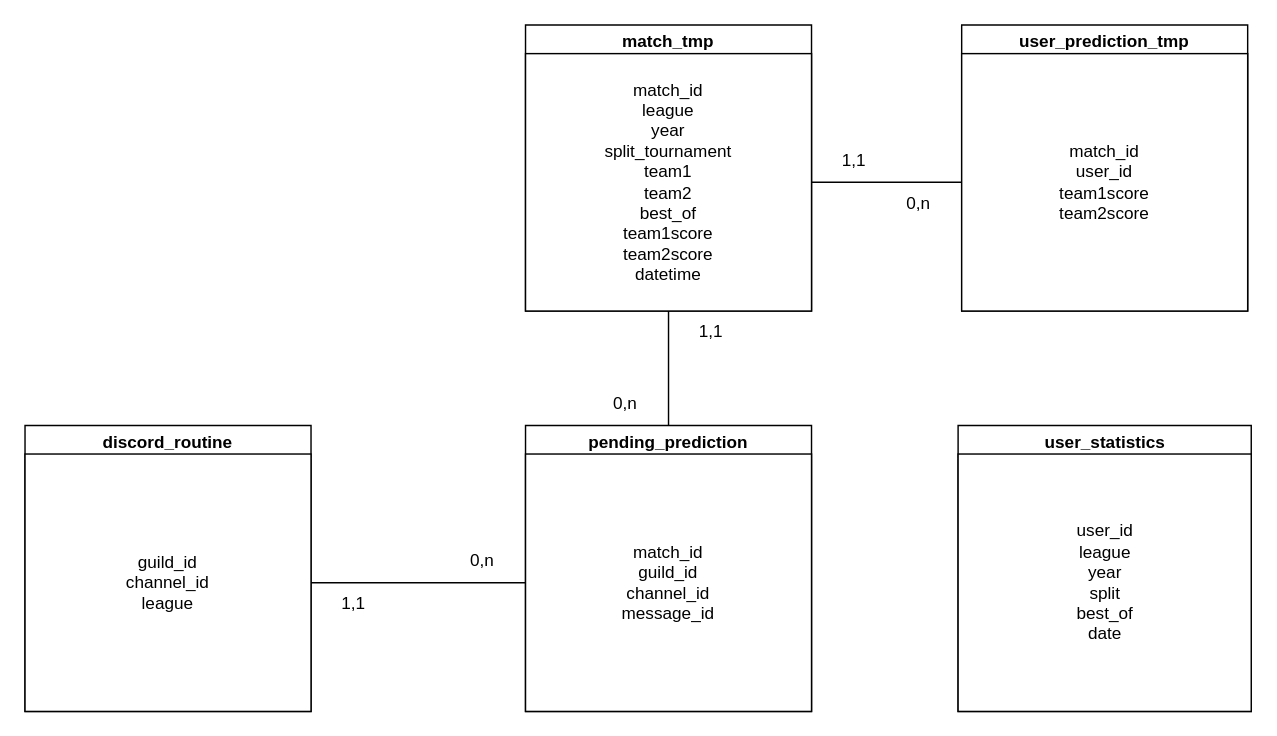
Above: database/database.drawio in Evileoo/LoLEsports-Predictions (draw.io), before the change. Source tidied: cells renumbered, new cells numbered last; positions are measured from the earlier drawing's top-left corner, leaving out a move shared by most shapes. Both pictures are drawn from the tidied source at 143%, with x=0, y=0 at pixel (24, 24).
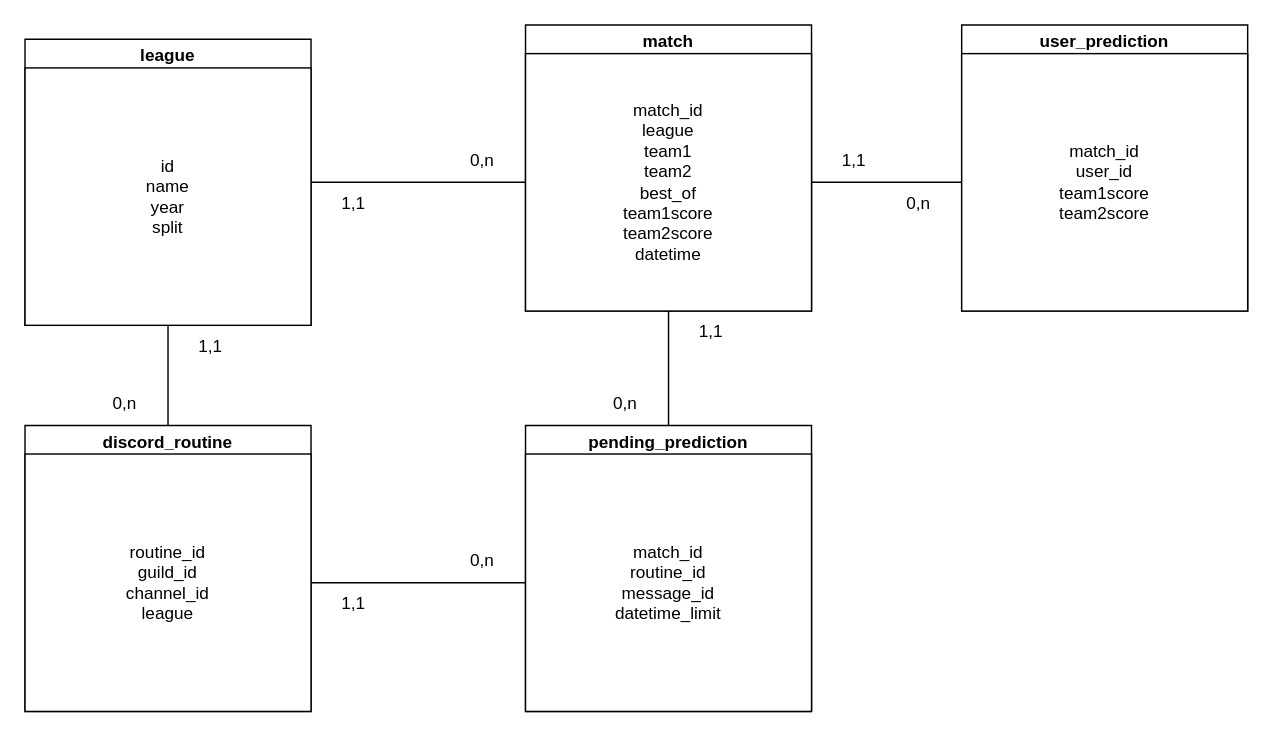
Above is the later version.

The change refers to these unchanged cells:
```xml
<mxCell id="6" value="pending_prediction" style="swimlane;whiteSpace=wrap;html=1;" parent="1" vertex="1">
  <mxGeometry x="350" y="280" width="200" height="200" as="geometry" />
</mxCell>
<mxCell id="10" value="discord_routine" style="swimlane;whiteSpace=wrap;html=1;" parent="1" vertex="1">
  <mxGeometry y="280" width="200" height="200" as="geometry" />
</mxCell>
```

The edit, as a diff of the source:
```diff
@@
-    <mxCell id="2" value="match_tmp" style="swimlane;whiteSpace=wrap;html=1;" parent="1" vertex="1">
+    <mxCell id="2" value="match" style="swimlane;whiteSpace=wrap;html=1;" parent="1" vertex="1">
       <mxGeometry x="350" width="200" height="200" as="geometry" />
     </mxCell>
-    <mxCell id="3" value="match_id&lt;br&gt;league&lt;br&gt;year&lt;br&gt;split_tournament&lt;br&gt;team1&lt;br&gt;team2&lt;br&gt;best_of&lt;br&gt;team1score&lt;br&gt;team2score&lt;br&gt;datetime" style="rounded=0;whiteSpace=wrap;html=1;" parent="2" vertex="1">
+    <mxCell id="3" value="match_id&lt;br&gt;league&lt;br&gt;team1&lt;br&gt;team2&lt;br&gt;best_of&lt;br&gt;team1score&lt;br&gt;team2score&lt;br&gt;datetime" style="rounded=0;whiteSpace=wrap;html=1;" parent="2" vertex="1">
       <mxGeometry y="20" width="200" height="180" as="geometry" />
     </mxCell>
-    <mxCell id="4" value="user_prediction_tmp" style="swimlane;whiteSpace=wrap;html=1;" parent="1" vertex="1">
+    <mxCell id="4" value="user_prediction" style="swimlane;whiteSpace=wrap;html=1;" parent="1" vertex="1">
       <mxGeometry x="655" width="200" height="200" as="geometry" />
     </mxCell>
@@
-    <mxCell id="7" value="match_id&lt;br&gt;guild_id&lt;br&gt;channel_id&lt;br&gt;message_id" style="rounded=0;whiteSpace=wrap;html=1;" parent="6" vertex="1">
+    <mxCell id="7" value="match_id&lt;br&gt;routine_id&lt;br&gt;message_id&lt;br&gt;datetime_limit" style="rounded=0;whiteSpace=wrap;html=1;" parent="6" vertex="1">
       <mxGeometry y="20" width="200" height="180" as="geometry" />
     </mxCell>
-    <mxCell id="8" value="user_statistics" style="swimlane;whiteSpace=wrap;html=1;" parent="1" vertex="1">
-      <mxGeometry x="652.5" y="280" width="205" height="200" as="geometry" />
-    </mxCell>
-    <mxCell id="9" value="user_id&lt;br&gt;league&lt;br&gt;year&lt;br&gt;split&lt;br&gt;best_of&lt;br&gt;date" style="rounded=0;whiteSpace=wrap;html=1;" parent="8" vertex="1">
-      <mxGeometry y="20" width="205" height="180" as="geometry" />
-    </mxCell>
@@
-    <mxCell id="11" value="guild_id&lt;br&gt;channel_id&lt;br&gt;league" style="rounded=0;whiteSpace=wrap;html=1;" parent="10" vertex="1">
+    <mxCell id="11" value="routine_id&lt;br&gt;guild_id&lt;br&gt;channel_id&lt;br&gt;league" style="rounded=0;whiteSpace=wrap;html=1;" parent="10" vertex="1">
       <mxGeometry y="20" width="200" height="180" as="geometry" />
     </mxCell>
@@
+    <mxCell id="21" value="league" style="swimlane;whiteSpace=wrap;html=1;" parent="1" vertex="1">
+      <mxGeometry y="10" width="200" height="200" as="geometry" />
+    </mxCell>
+    <mxCell id="22" value="id&lt;br&gt;name&lt;br&gt;year&lt;br&gt;split" style="rounded=0;whiteSpace=wrap;html=1;" parent="21" vertex="1">
+      <mxGeometry y="20" width="200" height="180" as="geometry" />
+    </mxCell>
+    <mxCell id="23" style="endArrow=none;html=1;entryX=0.5;entryY=1;entryDx=0;entryDy=0;exitX=0.5;exitY=0;exitDx=0;exitDy=0;" parent="1" edge="1" source="10" target="21">
+      <mxGeometry relative="1" as="geometry" />
+    </mxCell>
+    <mxCell id="24" style="endArrow=none;html=1;exitX=1;exitY=0.5;exitDx=0;exitDy=0;entryX=0;entryY=0.5;entryDx=0;entryDy=0;" parent="1" edge="1" source="21" target="3">
+      <mxGeometry relative="1" as="geometry" />
+    </mxCell>
+    <mxCell id="25" value="0,n" style="text;html=1;strokeColor=none;fillColor=none;align=center;verticalAlign=middle;whiteSpace=wrap;rounded=0;" parent="1" vertex="1">
+      <mxGeometry x="290" y="80" width="60" height="30" as="geometry" />
+    </mxCell>
+    <mxCell id="26" value="1,1" style="text;html=1;strokeColor=none;fillColor=none;align=center;verticalAlign=middle;whiteSpace=wrap;rounded=0;" parent="1" vertex="1">
+      <mxGeometry x="200" y="110" width="60" height="30" as="geometry" />
+    </mxCell>
+    <mxCell id="27" value="1,1" style="text;html=1;strokeColor=none;fillColor=none;align=center;verticalAlign=middle;whiteSpace=wrap;rounded=0;" parent="1" vertex="1">
+      <mxGeometry x="100" y="210" width="60" height="30" as="geometry" />
+    </mxCell>
+    <mxCell id="28" value="0,n" style="text;html=1;strokeColor=none;fillColor=none;align=center;verticalAlign=middle;whiteSpace=wrap;rounded=0;" parent="1" vertex="1">
+      <mxGeometry x="40" y="250" width="60" height="30" as="geometry" />
+    </mxCell>
```
